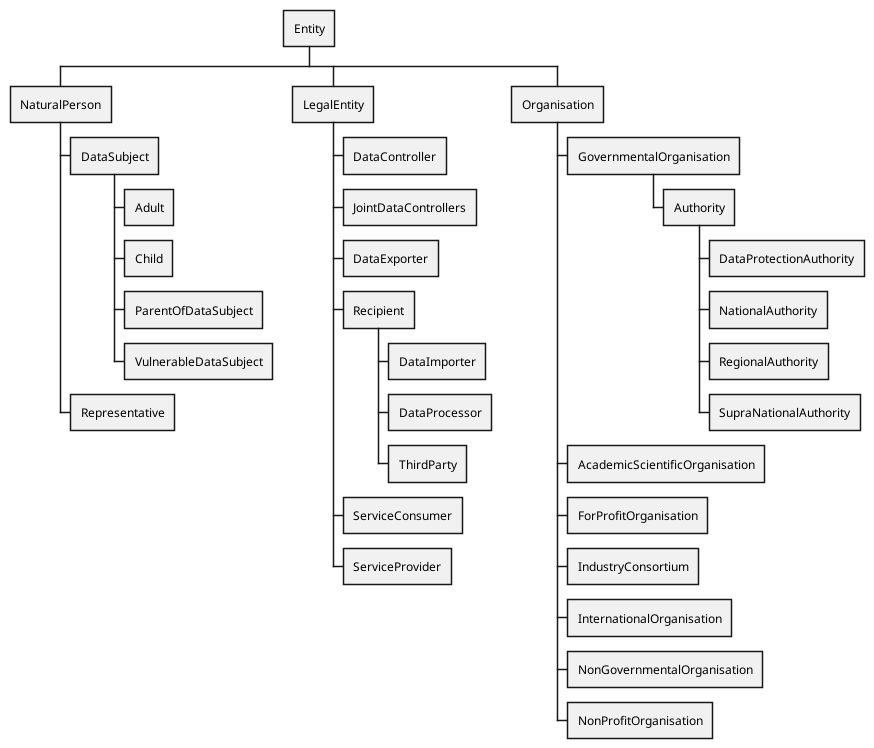
jeswr/dpv keeps this PlantUML diagram as diagrams/Entities.png. Above is the earlier version. Its source is kept beside it as 2.0/diagrams/plantuml/Entities.plantuml. The source it was exported from:
```plantuml
@startwbs
!include style.plantuml

* Entity
** NaturalPerson
*** DataSubject
**** Adult
**** Child
**** ParentOfDataSubject
**** VulnerableDataSubject
**** ...
** LegalEntity
*** DataController
*** JointDataControllers
*** DataExporter
*** Recipient
**** DataImporter
**** DataProcessor
**** ThirdParty
*** ServiceConsumer
*** ServiceProvider
*** Representative
** Organisation
*** GovernmentalOrganisation
**** Authority
***** DataProtectionAuthority
***** ...
*** AcademicScientificOrganisation
*** ForProfitOrganisation
*** NonGovernmentalOrganisation
*** NonProfitOrganisation
*** ...

@endwbs
```
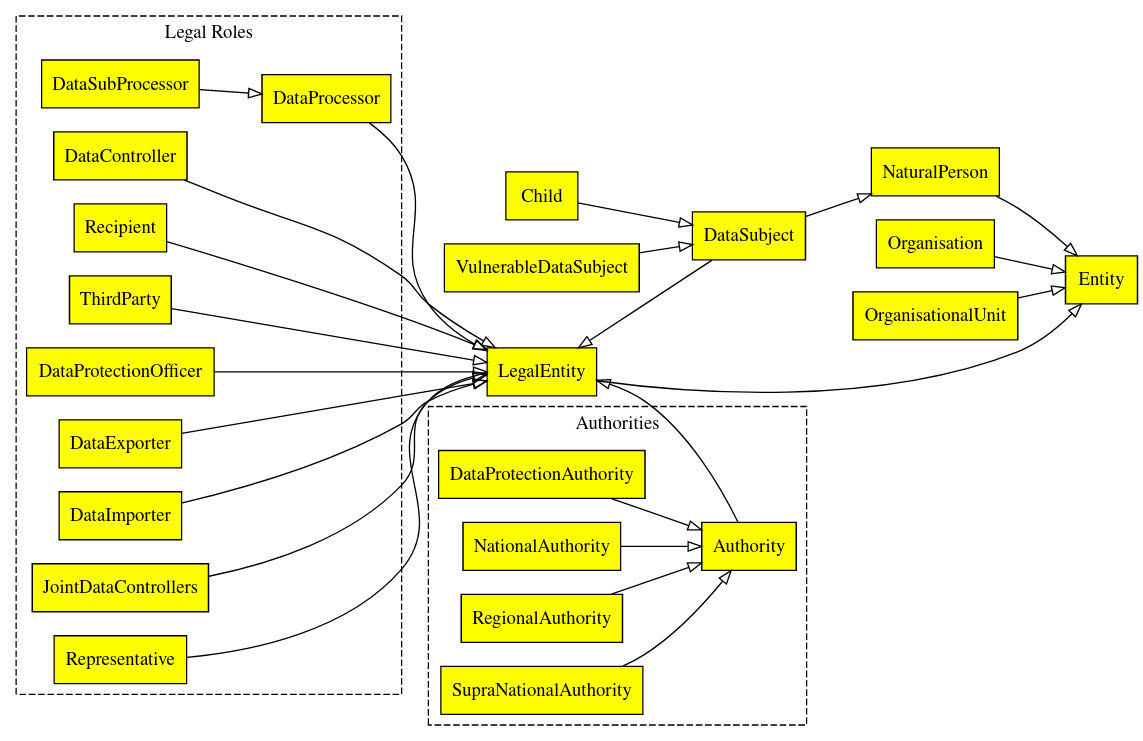
After the change.

The edit, as a diff of the source:
```diff
@@ -8,7 +8,7 @@
 **** Child
 **** ParentOfDataSubject
 **** VulnerableDataSubject
-**** ...
+*** Representative
 ** LegalEntity
 *** DataController
 *** JointDataControllers
@@ -19,16 +19,18 @@
 **** ThirdParty
 *** ServiceConsumer
 *** ServiceProvider
-*** Representative
 ** Organisation
 *** GovernmentalOrganisation
 **** Authority
 ***** DataProtectionAuthority
-***** ...
+***** NationalAuthority
+***** RegionalAuthority
+***** SupraNationalAuthority
 *** AcademicScientificOrganisation
 *** ForProfitOrganisation
+*** IndustryConsortium
+*** InternationalOrganisation
 *** NonGovernmentalOrganisation
 *** NonProfitOrganisation
-*** ...
 
 @endwbs
```
